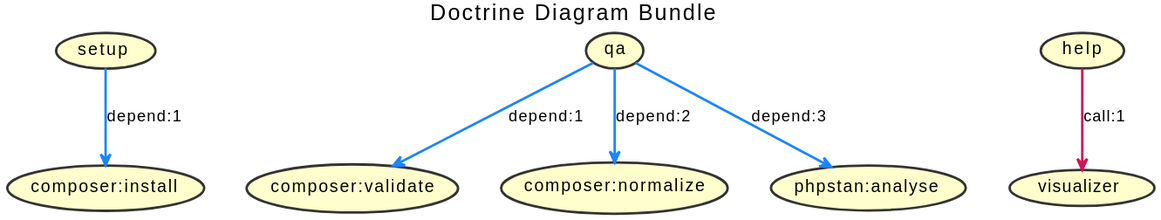
The PlantUML diagram docs/build.svg in jawira/doctrine-diagram-bundle, before a commit. Its diagram source:
```plantuml
@startuml
title
Doctrine Diagram Bundle
end title

top to bottom direction

skinparam Shadowing false
skinparam ArrowFontColor Black
skinparam ArrowThickness 2
skinparam UseCaseBackgroundColor #FFFECC
skinparam UseCaseBorderColor #333333
skinparam UseCaseBorderThickness 2
skinparam UseCaseFontColor Black


(setup) -[#1A85FF]-> (composer:install) : depend:1
(qa) -[#1A85FF]-> (composer:validate) : depend:1
(qa) -[#1A85FF]-> (composer:normalize) : depend:2
(qa) -[#1A85FF]-> (phpstan:analyse) : depend:3
(help) -[#D41159]-> (visualizer) : call:1
(setup)
(qa)
(phpstan:analyse)
(composer:install)
(composer:validate)
(composer:normalize)
(help)
(visualizer)
@enduml
```
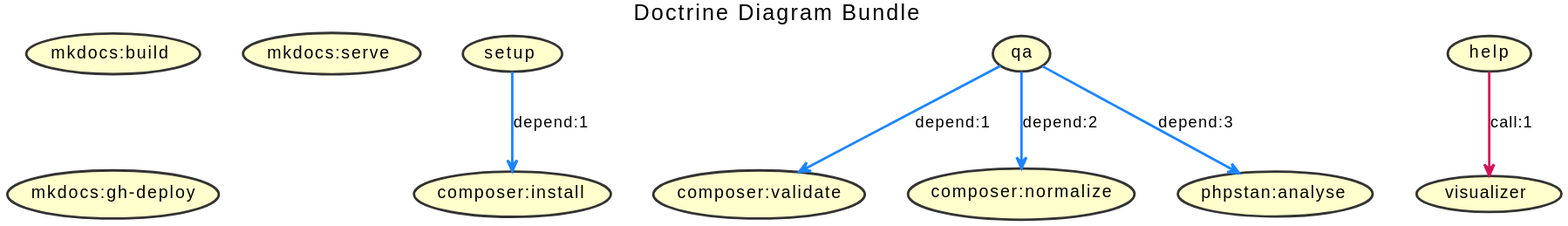
After the change.

Commit message:
Install mkdocs

Diff of the diagram source:
```diff
@@ -27,4 +27,7 @@
 (composer:normalize)
 (help)
 (visualizer)
+(mkdocs:build)
+(mkdocs:serve)
+(mkdocs:gh-deploy)
 @enduml
```
